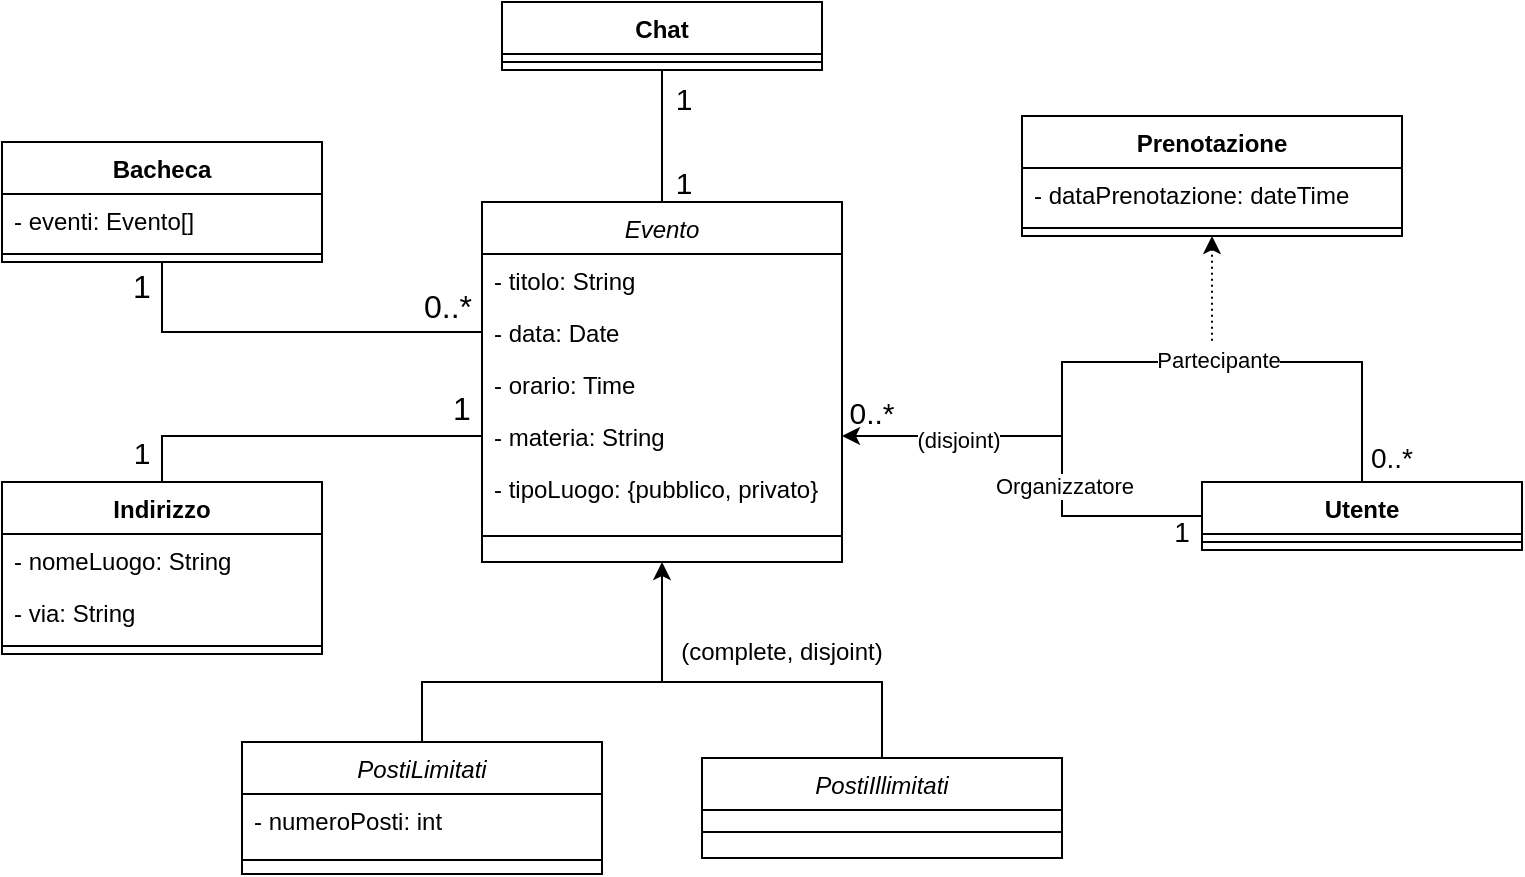
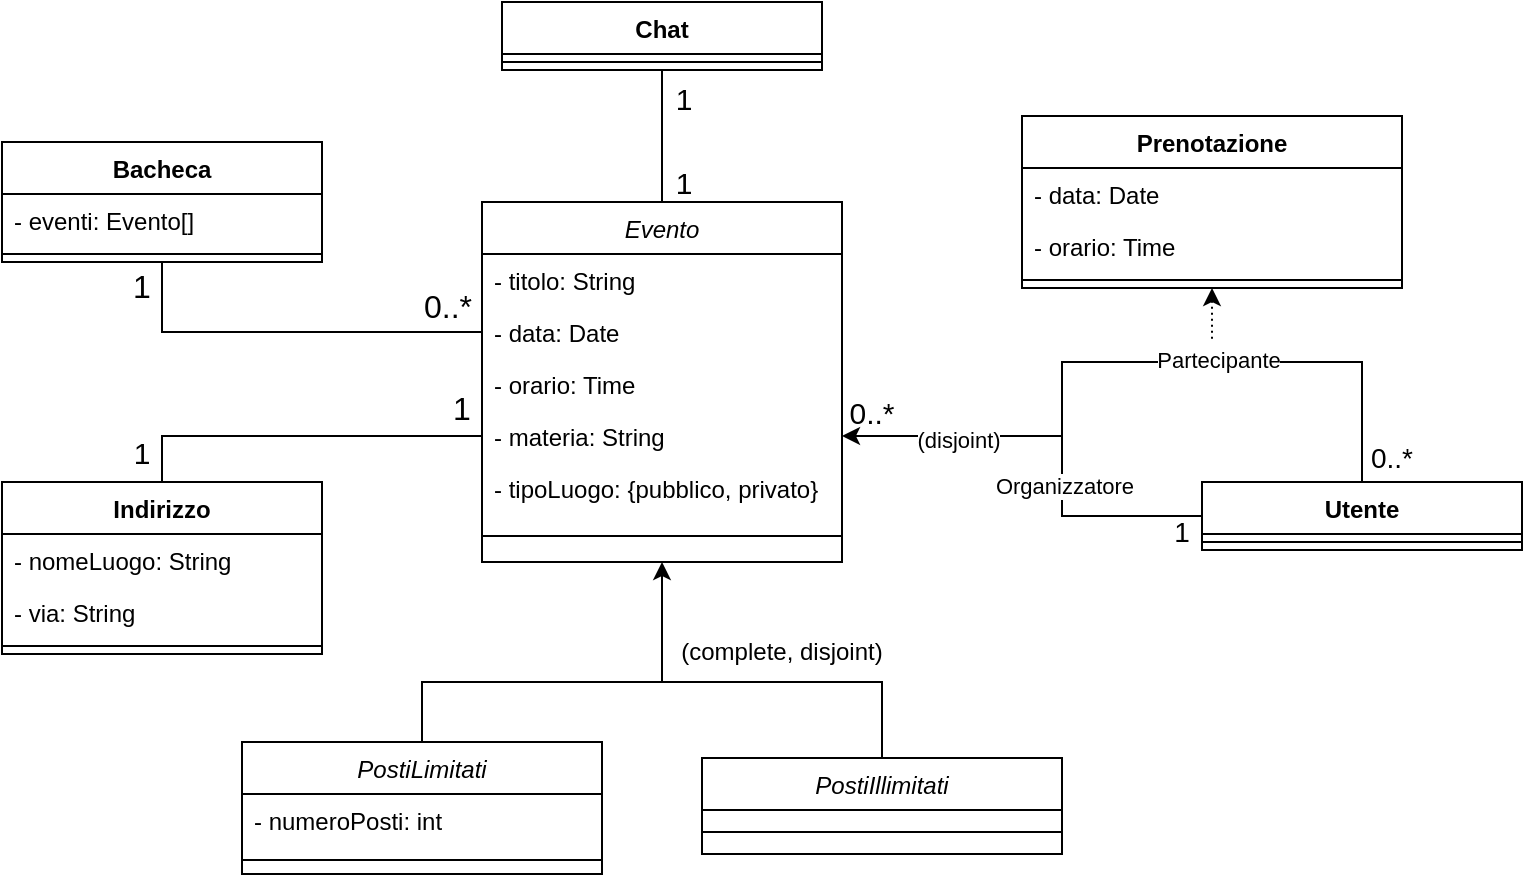
<mxfile host="app.diagrams.net">
  <diagram id="C5RBs43oDa-KdzZeNtuy" name="Page-1">
    <mxGraphModel dx="1030" dy="527" grid="1" gridSize="10" guides="1" tooltips="1" connect="1" arrows="1" fold="1" page="1" pageScale="1" pageWidth="827" pageHeight="1169" math="0" shadow="0">
      <root>
        <mxCell id="WIyWlLk6GJQsqaUBKTNV-0" />
        <mxCell id="WIyWlLk6GJQsqaUBKTNV-1" parent="WIyWlLk6GJQsqaUBKTNV-0" />
        <mxCell id="YcszxyqdBwKPzxCCbldQ-48" edge="1" parent="WIyWlLk6GJQsqaUBKTNV-1" style="edgeStyle=orthogonalEdgeStyle;rounded=0;orthogonalLoop=1;jettySize=auto;html=1;entryX=0.5;entryY=0;entryDx=0;entryDy=0;endArrow=none;endFill=0;" target="YcszxyqdBwKPzxCCbldQ-28">
          <mxGeometry relative="1" as="geometry">
            <Array as="points">
              <mxPoint x="380" y="370" />
              <mxPoint x="490" y="370" />
            </Array>
            <mxPoint x="380" y="370" as="sourcePoint" />
          </mxGeometry>
        </mxCell>
        <mxCell id="KmBhihFz0CNgSEcm0cJF-6" edge="1" parent="WIyWlLk6GJQsqaUBKTNV-1" source="zkfFHV4jXpPFQw0GAbJ--0" style="edgeStyle=orthogonalEdgeStyle;rounded=0;orthogonalLoop=1;jettySize=auto;html=1;exitX=0.5;exitY=0;exitDx=0;exitDy=0;entryX=0.5;entryY=1;entryDx=0;entryDy=0;endArrow=none;endFill=0;" target="YcszxyqdBwKPzxCCbldQ-22">
          <mxGeometry relative="1" as="geometry" />
        </mxCell>
        <mxCell id="zkfFHV4jXpPFQw0GAbJ--0" parent="WIyWlLk6GJQsqaUBKTNV-1" style="swimlane;fontStyle=2;align=center;verticalAlign=top;childLayout=stackLayout;horizontal=1;startSize=26;horizontalStack=0;resizeParent=1;resizeLast=0;collapsible=1;marginBottom=0;rounded=0;shadow=0;strokeWidth=1;" value="Evento" vertex="1">
          <mxGeometry height="180" width="180" x="290" y="130" as="geometry">
            <mxRectangle height="26" width="160" x="270" y="70" as="alternateBounds" />
          </mxGeometry>
        </mxCell>
        <mxCell id="zkfFHV4jXpPFQw0GAbJ--1" parent="zkfFHV4jXpPFQw0GAbJ--0" style="text;align=left;verticalAlign=top;spacingLeft=4;spacingRight=4;overflow=hidden;rotatable=0;points=[[0,0.5],[1,0.5]];portConstraint=eastwest;" value="- titolo: String" vertex="1">
          <mxGeometry height="26" width="180" y="26" as="geometry" />
        </mxCell>
        <mxCell id="zkfFHV4jXpPFQw0GAbJ--3" parent="zkfFHV4jXpPFQw0GAbJ--0" style="text;align=left;verticalAlign=top;spacingLeft=4;spacingRight=4;overflow=hidden;rotatable=0;points=[[0,0.5],[1,0.5]];portConstraint=eastwest;rounded=0;shadow=0;html=0;" value="- data: Date" vertex="1">
          <mxGeometry height="26" width="180" y="52" as="geometry" />
        </mxCell>
        <mxCell id="YcszxyqdBwKPzxCCbldQ-1" parent="zkfFHV4jXpPFQw0GAbJ--0" style="text;align=left;verticalAlign=top;spacingLeft=4;spacingRight=4;overflow=hidden;rotatable=0;points=[[0,0.5],[1,0.5]];portConstraint=eastwest;rounded=0;shadow=0;html=0;" value="- orario: Time" vertex="1">
          <mxGeometry height="26" width="180" y="78" as="geometry" />
        </mxCell>
        <mxCell id="YcszxyqdBwKPzxCCbldQ-0" parent="zkfFHV4jXpPFQw0GAbJ--0" style="text;align=left;verticalAlign=top;spacingLeft=4;spacingRight=4;overflow=hidden;rotatable=0;points=[[0,0.5],[1,0.5]];portConstraint=eastwest;rounded=0;shadow=0;html=0;" value="- materia: String" vertex="1">
          <mxGeometry height="26" width="180" y="104" as="geometry" />
        </mxCell>
        <mxCell id="YcszxyqdBwKPzxCCbldQ-2" parent="zkfFHV4jXpPFQw0GAbJ--0" style="text;align=left;verticalAlign=top;spacingLeft=4;spacingRight=4;overflow=hidden;rotatable=0;points=[[0,0.5],[1,0.5]];portConstraint=eastwest;rounded=0;shadow=0;html=0;" value="- tipoLuogo: {pubblico, privato}" vertex="1">
          <mxGeometry height="26" width="180" y="130" as="geometry" />
        </mxCell>
        <mxCell id="zkfFHV4jXpPFQw0GAbJ--4" parent="zkfFHV4jXpPFQw0GAbJ--0" style="line;html=1;strokeWidth=1;align=left;verticalAlign=middle;spacingTop=-1;spacingLeft=3;spacingRight=3;rotatable=0;labelPosition=right;points=[];portConstraint=eastwest;" value="" vertex="1">
          <mxGeometry height="22" width="180" y="156" as="geometry" />
        </mxCell>
        <mxCell id="YcszxyqdBwKPzxCCbldQ-63" edge="1" parent="WIyWlLk6GJQsqaUBKTNV-1" source="YcszxyqdBwKPzxCCbldQ-5" style="edgeStyle=orthogonalEdgeStyle;rounded=0;orthogonalLoop=1;jettySize=auto;html=1;entryX=0;entryY=0.5;entryDx=0;entryDy=0;endArrow=none;endFill=0;" target="YcszxyqdBwKPzxCCbldQ-0" value="">
          <mxGeometry relative="1" as="geometry" />
        </mxCell>
        <mxCell id="YcszxyqdBwKPzxCCbldQ-5" parent="WIyWlLk6GJQsqaUBKTNV-1" style="swimlane;fontStyle=1;align=center;verticalAlign=top;childLayout=stackLayout;horizontal=1;startSize=26;horizontalStack=0;resizeParent=1;resizeParentMax=0;resizeLast=0;collapsible=1;marginBottom=0;whiteSpace=wrap;html=1;" value="Indirizzo" vertex="1">
          <mxGeometry height="86" width="160" x="50" y="270" as="geometry" />
        </mxCell>
        <mxCell id="YcszxyqdBwKPzxCCbldQ-6" parent="YcszxyqdBwKPzxCCbldQ-5" style="text;strokeColor=none;fillColor=none;align=left;verticalAlign=top;spacingLeft=4;spacingRight=4;overflow=hidden;rotatable=0;points=[[0,0.5],[1,0.5]];portConstraint=eastwest;whiteSpace=wrap;html=1;" value="- nomeLuogo: String" vertex="1">
          <mxGeometry height="26" width="160" y="26" as="geometry" />
        </mxCell>
        <mxCell id="YcszxyqdBwKPzxCCbldQ-9" parent="YcszxyqdBwKPzxCCbldQ-5" style="text;strokeColor=none;fillColor=none;align=left;verticalAlign=top;spacingLeft=4;spacingRight=4;overflow=hidden;rotatable=0;points=[[0,0.5],[1,0.5]];portConstraint=eastwest;whiteSpace=wrap;html=1;" value="- via: String" vertex="1">
          <mxGeometry height="26" width="160" y="52" as="geometry" />
        </mxCell>
        <mxCell id="YcszxyqdBwKPzxCCbldQ-7" parent="YcszxyqdBwKPzxCCbldQ-5" style="line;strokeWidth=1;fillColor=none;align=left;verticalAlign=middle;spacingTop=-1;spacingLeft=3;spacingRight=3;rotatable=0;labelPosition=right;points=[];portConstraint=eastwest;strokeColor=inherit;" value="" vertex="1">
          <mxGeometry height="8" width="160" y="78" as="geometry" />
        </mxCell>
        <mxCell id="KmBhihFz0CNgSEcm0cJF-3" edge="1" parent="WIyWlLk6GJQsqaUBKTNV-1" source="YcszxyqdBwKPzxCCbldQ-10" style="edgeStyle=orthogonalEdgeStyle;rounded=0;orthogonalLoop=1;jettySize=auto;html=1;exitX=0.5;exitY=1;exitDx=0;exitDy=0;entryX=0;entryY=0.5;entryDx=0;entryDy=0;endArrow=none;endFill=0;" target="zkfFHV4jXpPFQw0GAbJ--3">
          <mxGeometry relative="1" as="geometry" />
        </mxCell>
        <mxCell id="YcszxyqdBwKPzxCCbldQ-10" parent="WIyWlLk6GJQsqaUBKTNV-1" style="swimlane;fontStyle=1;align=center;verticalAlign=top;childLayout=stackLayout;horizontal=1;startSize=26;horizontalStack=0;resizeParent=1;resizeParentMax=0;resizeLast=0;collapsible=1;marginBottom=0;whiteSpace=wrap;html=1;" value="Bacheca" vertex="1">
          <mxGeometry height="60" width="160" x="50" y="100" as="geometry" />
        </mxCell>
        <mxCell id="YcszxyqdBwKPzxCCbldQ-11" parent="YcszxyqdBwKPzxCCbldQ-10" style="text;strokeColor=none;fillColor=none;align=left;verticalAlign=top;spacingLeft=4;spacingRight=4;overflow=hidden;rotatable=0;points=[[0,0.5],[1,0.5]];portConstraint=eastwest;whiteSpace=wrap;html=1;" value="- eventi: Evento[]" vertex="1">
          <mxGeometry height="26" width="160" y="26" as="geometry" />
        </mxCell>
        <mxCell id="YcszxyqdBwKPzxCCbldQ-12" parent="YcszxyqdBwKPzxCCbldQ-10" style="line;strokeWidth=1;fillColor=none;align=left;verticalAlign=middle;spacingTop=-1;spacingLeft=3;spacingRight=3;rotatable=0;labelPosition=right;points=[];portConstraint=eastwest;strokeColor=inherit;" value="" vertex="1">
          <mxGeometry height="8" width="160" y="52" as="geometry" />
        </mxCell>
        <mxCell id="YcszxyqdBwKPzxCCbldQ-55" edge="1" parent="WIyWlLk6GJQsqaUBKTNV-1" source="YcszxyqdBwKPzxCCbldQ-14" style="edgeStyle=orthogonalEdgeStyle;rounded=0;orthogonalLoop=1;jettySize=auto;html=1;exitX=0.5;exitY=0;exitDx=0;exitDy=0;endArrow=none;endFill=0;startArrow=none;startFill=0;">
          <mxGeometry relative="1" as="geometry">
            <Array as="points">
              <mxPoint x="730" y="210" />
              <mxPoint x="580" y="210" />
            </Array>
            <mxPoint x="580" y="250" as="targetPoint" />
          </mxGeometry>
        </mxCell>
        <mxCell id="YcszxyqdBwKPzxCCbldQ-58" connectable="0" parent="YcszxyqdBwKPzxCCbldQ-55" style="edgeLabel;html=1;align=center;verticalAlign=middle;resizable=0;points=[];" value="Partecipante" vertex="1">
          <mxGeometry relative="1" x="0.0581" as="geometry">
            <mxPoint y="-1" as="offset" />
          </mxGeometry>
        </mxCell>
        <mxCell id="YcszxyqdBwKPzxCCbldQ-14" parent="WIyWlLk6GJQsqaUBKTNV-1" style="swimlane;fontStyle=1;align=center;verticalAlign=top;childLayout=stackLayout;horizontal=1;startSize=26;horizontalStack=0;resizeParent=1;resizeParentMax=0;resizeLast=0;collapsible=1;marginBottom=0;whiteSpace=wrap;html=1;" value="Utente" vertex="1">
          <mxGeometry height="34" width="160" x="650" y="270" as="geometry" />
        </mxCell>
        <mxCell id="YcszxyqdBwKPzxCCbldQ-16" parent="YcszxyqdBwKPzxCCbldQ-14" style="line;strokeWidth=1;fillColor=none;align=left;verticalAlign=middle;spacingTop=-1;spacingLeft=3;spacingRight=3;rotatable=0;labelPosition=right;points=[];portConstraint=eastwest;strokeColor=inherit;" value="" vertex="1">
          <mxGeometry height="8" width="160" y="26" as="geometry" />
        </mxCell>
        <mxCell id="YcszxyqdBwKPzxCCbldQ-59" edge="1" parent="WIyWlLk6GJQsqaUBKTNV-1" source="YcszxyqdBwKPzxCCbldQ-18" style="edgeStyle=orthogonalEdgeStyle;rounded=0;orthogonalLoop=1;jettySize=auto;html=1;exitX=0.5;exitY=1;exitDx=0;exitDy=0;startArrow=classic;startFill=1;endArrow=none;endFill=0;dashed=1;dashPattern=1 2;">
          <mxGeometry relative="1" as="geometry">
            <mxPoint x="655" y="200" as="targetPoint" />
          </mxGeometry>
        </mxCell>
        <mxCell id="YcszxyqdBwKPzxCCbldQ-18" parent="WIyWlLk6GJQsqaUBKTNV-1" style="swimlane;fontStyle=1;align=center;verticalAlign=top;childLayout=stackLayout;horizontal=1;startSize=26;horizontalStack=0;resizeParent=1;resizeParentMax=0;resizeLast=0;collapsible=1;marginBottom=0;whiteSpace=wrap;html=1;fontColor=light-dark(#000000,#FF0000);" value="&lt;font style=&quot;color: light-dark(rgb(0, 0, 0), rgb(255, 255, 255));&quot;&gt;Prenotazione&lt;/font&gt;" vertex="1">
-           <mxGeometry height="60" width="190" x="560" y="87" as="geometry" />
+           <mxGeometry height="86" width="190" x="560" y="87" as="geometry" />
        </mxCell>
-         <mxCell id="YcszxyqdBwKPzxCCbldQ-19" parent="YcszxyqdBwKPzxCCbldQ-18" style="text;strokeColor=none;fillColor=none;align=left;verticalAlign=top;spacingLeft=4;spacingRight=4;overflow=hidden;rotatable=0;points=[[0,0.5],[1,0.5]];portConstraint=eastwest;whiteSpace=wrap;html=1;" value="- dataPrenotazione: dateTime" vertex="1">
+         <mxCell id="YcszxyqdBwKPzxCCbldQ-19" parent="YcszxyqdBwKPzxCCbldQ-18" style="text;strokeColor=none;fillColor=none;align=left;verticalAlign=top;spacingLeft=4;spacingRight=4;overflow=hidden;rotatable=0;points=[[0,0.5],[1,0.5]];portConstraint=eastwest;whiteSpace=wrap;html=1;" value="- data: Date" vertex="1">
          <mxGeometry height="26" width="190" y="26" as="geometry" />
        </mxCell>
+         <mxCell id="KmBhihFz0CNgSEcm0cJF-9" parent="YcszxyqdBwKPzxCCbldQ-18" style="text;align=left;verticalAlign=top;spacingLeft=4;spacingRight=4;overflow=hidden;rotatable=0;points=[[0,0.5],[1,0.5]];portConstraint=eastwest;rounded=0;shadow=0;html=0;" value="- orario: Time" vertex="1">
+           <mxGeometry height="26" width="190" y="52" as="geometry" />
+         </mxCell>
        <mxCell id="YcszxyqdBwKPzxCCbldQ-20" parent="YcszxyqdBwKPzxCCbldQ-18" style="line;strokeWidth=1;fillColor=none;align=left;verticalAlign=middle;spacingTop=-1;spacingLeft=3;spacingRight=3;rotatable=0;labelPosition=right;points=[];portConstraint=eastwest;strokeColor=inherit;" value="" vertex="1">
-           <mxGeometry height="8" width="190" y="52" as="geometry" />
+           <mxGeometry height="8" width="190" y="78" as="geometry" />
        </mxCell>
        <mxCell id="YcszxyqdBwKPzxCCbldQ-22" parent="WIyWlLk6GJQsqaUBKTNV-1" style="swimlane;fontStyle=1;align=center;verticalAlign=top;childLayout=stackLayout;horizontal=1;startSize=26;horizontalStack=0;resizeParent=1;resizeParentMax=0;resizeLast=0;collapsible=1;marginBottom=0;whiteSpace=wrap;html=1;" value="Chat" vertex="1">
          <mxGeometry height="34" width="160" x="300" y="30" as="geometry" />
        </mxCell>
        <mxCell id="YcszxyqdBwKPzxCCbldQ-24" parent="YcszxyqdBwKPzxCCbldQ-22" style="line;strokeWidth=1;fillColor=none;align=left;verticalAlign=middle;spacingTop=-1;spacingLeft=3;spacingRight=3;rotatable=0;labelPosition=right;points=[];portConstraint=eastwest;strokeColor=inherit;" value="" vertex="1">
          <mxGeometry height="8" width="160" y="26" as="geometry" />
        </mxCell>
        <mxCell id="YcszxyqdBwKPzxCCbldQ-28" parent="WIyWlLk6GJQsqaUBKTNV-1" style="swimlane;fontStyle=2;align=center;verticalAlign=top;childLayout=stackLayout;horizontal=1;startSize=26;horizontalStack=0;resizeParent=1;resizeLast=0;collapsible=1;marginBottom=0;rounded=0;shadow=0;strokeWidth=1;" value="PostiIllimitati" vertex="1">
-           <mxGeometry height="50" width="180" x="400" y="408" as="geometry">
+           <mxGeometry height="48" width="180" x="400" y="408" as="geometry">
            <mxRectangle height="26" width="160" x="270" y="70" as="alternateBounds" />
          </mxGeometry>
        </mxCell>
        <mxCell id="YcszxyqdBwKPzxCCbldQ-35" parent="YcszxyqdBwKPzxCCbldQ-28" style="line;html=1;strokeWidth=1;align=left;verticalAlign=middle;spacingTop=-1;spacingLeft=3;spacingRight=3;rotatable=0;labelPosition=right;points=[];portConstraint=eastwest;" value="" vertex="1">
          <mxGeometry height="22" width="180" y="26" as="geometry" />
        </mxCell>
        <mxCell id="YcszxyqdBwKPzxCCbldQ-46" edge="1" parent="WIyWlLk6GJQsqaUBKTNV-1" source="YcszxyqdBwKPzxCCbldQ-36" style="edgeStyle=orthogonalEdgeStyle;rounded=0;orthogonalLoop=1;jettySize=auto;html=1;exitX=0.5;exitY=0;exitDx=0;exitDy=0;">
          <mxGeometry relative="1" as="geometry">
            <Array as="points">
              <mxPoint x="260" y="370" />
              <mxPoint x="380" y="370" />
            </Array>
            <mxPoint x="380" y="310" as="targetPoint" />
          </mxGeometry>
        </mxCell>
        <mxCell id="YcszxyqdBwKPzxCCbldQ-36" parent="WIyWlLk6GJQsqaUBKTNV-1" style="swimlane;fontStyle=2;align=center;verticalAlign=top;childLayout=stackLayout;horizontal=1;startSize=26;horizontalStack=0;resizeParent=1;resizeLast=0;collapsible=1;marginBottom=0;rounded=0;shadow=0;strokeWidth=1;" value="PostiLimitati" vertex="1">
          <mxGeometry height="66" width="180" x="170" y="400" as="geometry">
            <mxRectangle height="26" width="160" x="270" y="70" as="alternateBounds" />
          </mxGeometry>
        </mxCell>
        <mxCell id="YcszxyqdBwKPzxCCbldQ-45" parent="YcszxyqdBwKPzxCCbldQ-36" style="text;align=left;verticalAlign=top;spacingLeft=4;spacingRight=4;overflow=hidden;rotatable=0;points=[[0,0.5],[1,0.5]];portConstraint=eastwest;rounded=0;shadow=0;html=0;" value="- numeroPosti: int" vertex="1">
          <mxGeometry height="26" width="180" y="26" as="geometry" />
        </mxCell>
        <mxCell id="YcszxyqdBwKPzxCCbldQ-43" parent="YcszxyqdBwKPzxCCbldQ-36" style="line;html=1;strokeWidth=1;align=left;verticalAlign=middle;spacingTop=-1;spacingLeft=3;spacingRight=3;rotatable=0;labelPosition=right;points=[];portConstraint=eastwest;" value="" vertex="1">
          <mxGeometry height="14" width="180" y="52" as="geometry" />
        </mxCell>
        <mxCell id="YcszxyqdBwKPzxCCbldQ-49" parent="WIyWlLk6GJQsqaUBKTNV-1" style="text;html=1;whiteSpace=wrap;strokeColor=none;fillColor=none;align=center;verticalAlign=middle;rounded=0;" value="(complete, disjoint)" vertex="1">
          <mxGeometry height="30" width="120" x="380" y="340" as="geometry" />
        </mxCell>
        <mxCell id="YcszxyqdBwKPzxCCbldQ-51" edge="1" parent="WIyWlLk6GJQsqaUBKTNV-1" source="YcszxyqdBwKPzxCCbldQ-0" style="edgeStyle=orthogonalEdgeStyle;rounded=0;orthogonalLoop=1;jettySize=auto;html=1;exitX=1;exitY=0.5;exitDx=0;exitDy=0;entryX=0;entryY=0.5;entryDx=0;entryDy=0;startArrow=classic;startFill=1;endArrow=none;endFill=0;" target="YcszxyqdBwKPzxCCbldQ-14">
          <mxGeometry relative="1" as="geometry">
            <Array as="points">
              <mxPoint x="580" y="247" />
              <mxPoint x="580" y="287" />
            </Array>
          </mxGeometry>
        </mxCell>
        <mxCell id="YcszxyqdBwKPzxCCbldQ-54" connectable="0" parent="YcszxyqdBwKPzxCCbldQ-51" style="edgeLabel;html=1;align=center;verticalAlign=middle;resizable=0;points=[];" value="(disjoint)" vertex="1">
          <mxGeometry relative="1" x="-0.4727" y="-2" as="geometry">
            <mxPoint as="offset" />
          </mxGeometry>
        </mxCell>
        <mxCell id="YcszxyqdBwKPzxCCbldQ-57" connectable="0" parent="YcszxyqdBwKPzxCCbldQ-51" style="edgeLabel;html=1;align=center;verticalAlign=middle;resizable=0;points=[];" value="Organizzatore" vertex="1">
          <mxGeometry relative="1" x="0.2236" y="1" as="geometry">
            <mxPoint as="offset" />
          </mxGeometry>
        </mxCell>
        <mxCell id="YcszxyqdBwKPzxCCbldQ-60" parent="WIyWlLk6GJQsqaUBKTNV-1" style="text;html=1;whiteSpace=wrap;strokeColor=none;fillColor=none;align=center;verticalAlign=middle;rounded=0;" value="&lt;font style=&quot;font-size: 14px;&quot;&gt;1&lt;/font&gt;" vertex="1">
          <mxGeometry height="30" width="60" x="610" y="280" as="geometry" />
        </mxCell>
        <mxCell id="YcszxyqdBwKPzxCCbldQ-61" parent="WIyWlLk6GJQsqaUBKTNV-1" style="text;html=1;whiteSpace=wrap;strokeColor=none;fillColor=none;align=center;verticalAlign=middle;rounded=0;" value="&lt;font style=&quot;font-size: 14px;&quot;&gt;0..*&lt;/font&gt;" vertex="1">
          <mxGeometry height="30" width="60" x="715" y="243" as="geometry" />
        </mxCell>
        <mxCell id="YcszxyqdBwKPzxCCbldQ-62" parent="WIyWlLk6GJQsqaUBKTNV-1" style="text;html=1;whiteSpace=wrap;strokeColor=none;fillColor=none;align=center;verticalAlign=middle;rounded=0;" value="&lt;font style=&quot;font-size: 15px;&quot;&gt;0..*&lt;/font&gt;" vertex="1">
          <mxGeometry height="30" width="60" x="455" y="220" as="geometry" />
        </mxCell>
        <mxCell id="KmBhihFz0CNgSEcm0cJF-0" parent="WIyWlLk6GJQsqaUBKTNV-1" style="text;html=1;whiteSpace=wrap;strokeColor=none;fillColor=none;align=center;verticalAlign=middle;rounded=0;" value="&lt;font style=&quot;font-size: 15px;&quot;&gt;1&lt;/font&gt;" vertex="1">
          <mxGeometry height="30" width="60" x="90" y="240" as="geometry" />
        </mxCell>
        <mxCell id="KmBhihFz0CNgSEcm0cJF-1" parent="WIyWlLk6GJQsqaUBKTNV-1" style="text;html=1;whiteSpace=wrap;strokeColor=none;fillColor=none;align=center;verticalAlign=middle;rounded=0;" value="&lt;font style=&quot;font-size: 16px;&quot;&gt;1&lt;/font&gt;" vertex="1">
          <mxGeometry height="30" width="60" x="250" y="218" as="geometry" />
        </mxCell>
        <mxCell id="KmBhihFz0CNgSEcm0cJF-4" parent="WIyWlLk6GJQsqaUBKTNV-1" style="text;html=1;whiteSpace=wrap;strokeColor=none;fillColor=none;align=center;verticalAlign=middle;rounded=0;" value="&lt;font style=&quot;font-size: 16px;&quot;&gt;1&lt;/font&gt;" vertex="1">
          <mxGeometry height="30" width="60" x="90" y="157" as="geometry" />
        </mxCell>
        <mxCell id="KmBhihFz0CNgSEcm0cJF-5" parent="WIyWlLk6GJQsqaUBKTNV-1" style="text;html=1;whiteSpace=wrap;strokeColor=none;fillColor=none;align=center;verticalAlign=middle;rounded=0;" value="&lt;font style=&quot;font-size: 16px;&quot;&gt;0..*&lt;/font&gt;" vertex="1">
          <mxGeometry height="30" width="60" x="243" y="167" as="geometry" />
        </mxCell>
        <mxCell id="KmBhihFz0CNgSEcm0cJF-7" parent="WIyWlLk6GJQsqaUBKTNV-1" style="text;html=1;whiteSpace=wrap;strokeColor=none;fillColor=none;align=center;verticalAlign=middle;rounded=0;" value="&lt;font style=&quot;font-size: 15px;&quot;&gt;1&lt;/font&gt;" vertex="1">
          <mxGeometry height="30" width="60" x="361" y="63" as="geometry" />
        </mxCell>
        <mxCell id="KmBhihFz0CNgSEcm0cJF-8" parent="WIyWlLk6GJQsqaUBKTNV-1" style="text;html=1;whiteSpace=wrap;strokeColor=none;fillColor=none;align=center;verticalAlign=middle;rounded=0;" value="&lt;font style=&quot;font-size: 15px;&quot;&gt;1&lt;/font&gt;" vertex="1">
          <mxGeometry height="30" width="60" x="361" y="105" as="geometry" />
        </mxCell>
      </root>
    </mxGraphModel>
  </diagram>
</mxfile>
